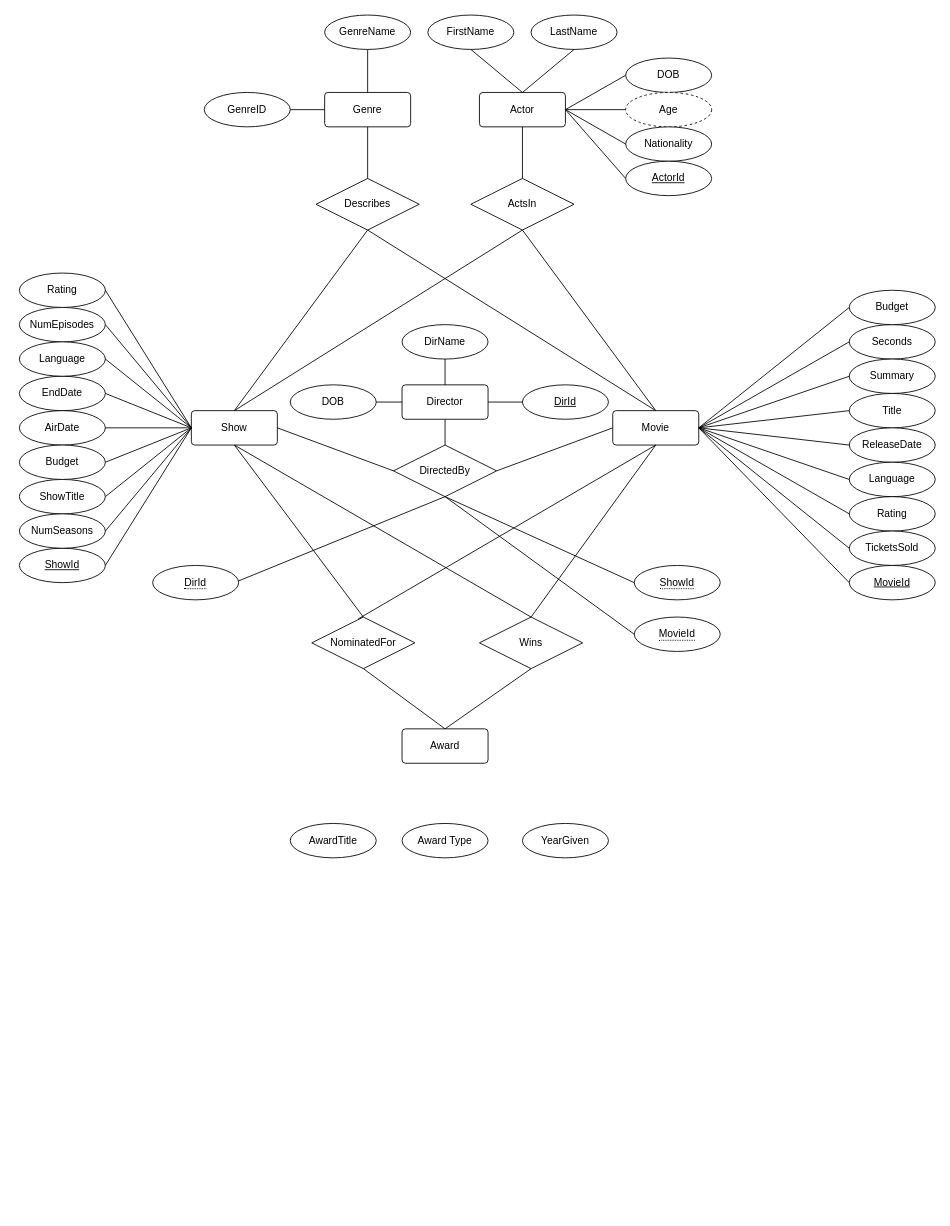
Above: initialProjDoc/erDiagram.drawio in jff97/movieWebDatabase (draw.io), before the change. Source tidied: cells renumbered, new cells numbered last; positions are measured from the earlier drawing's top-left corner, leaving out a move shared by most shapes. Both pictures are drawn from the tidied source at 86%, with x=0, y=0 at pixel (19, 15).
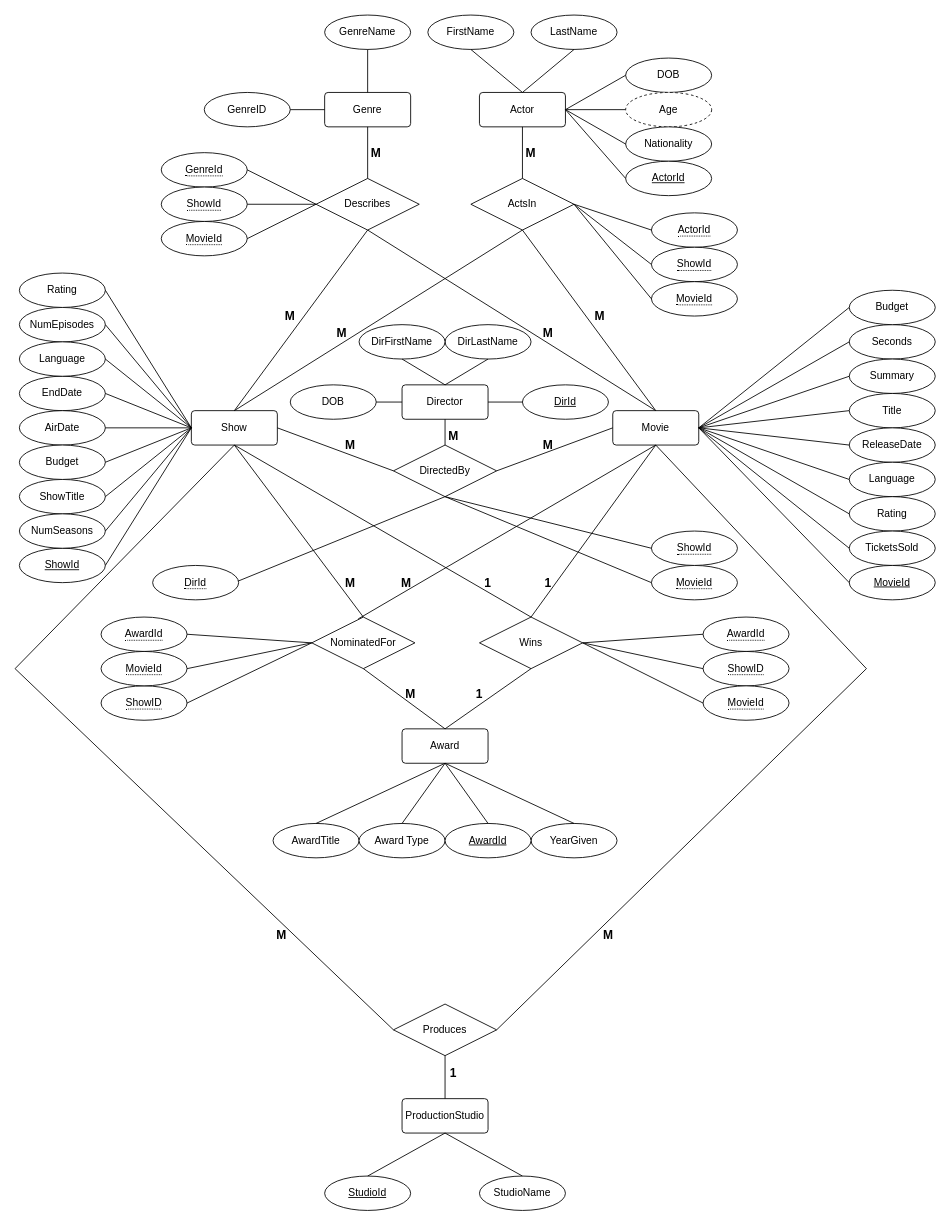
After the change.

Commit message:
diagram almost finished

The change refers to these unchanged cells:
```xml
<mxCell id="2" value="Movie" style="rounded=1;arcSize=10;whiteSpace=wrap;html=1;align=center;" parent="1" vertex="1">
  <mxGeometry x="690" y="460" width="100" height="40" as="geometry" />
</mxCell>
<mxCell id="3" value="Show" style="rounded=1;arcSize=10;whiteSpace=wrap;html=1;align=center;" parent="1" vertex="1">
  <mxGeometry x="200" y="460" width="100" height="40" as="geometry" />
</mxCell>
<mxCell id="4" value="Describes" style="shape=rhombus;perimeter=rhombusPerimeter;whiteSpace=wrap;html=1;align=center;" parent="1" vertex="1">
  <mxGeometry x="345" y="190" width="120" height="60" as="geometry" />
</mxCell>
<mxCell id="7" value="Wins" style="shape=rhombus;perimeter=rhombusPerimeter;whiteSpace=wrap;html=1;align=center;" parent="1" vertex="1">
  <mxGeometry x="535" y="700" width="120" height="60" as="geometry" />
</mxCell>
<mxCell id="8" value="Award" style="rounded=1;arcSize=10;whiteSpace=wrap;html=1;align=center;" parent="1" vertex="1">
  <mxGeometry x="445" y="830" width="100" height="40" as="geometry" />
</mxCell>
<mxCell id="9" value="NominatedFor" style="shape=rhombus;perimeter=rhombusPerimeter;whiteSpace=wrap;html=1;align=center;" parent="1" vertex="1">
  <mxGeometry x="340" y="700" width="120" height="60" as="geometry" />
</mxCell>
<mxCell id="10" value="ActsIn" style="shape=rhombus;perimeter=rhombusPerimeter;whiteSpace=wrap;html=1;align=center;" parent="1" vertex="1">
  <mxGeometry x="525" y="190" width="120" height="60" as="geometry" />
</mxCell>
<mxCell id="77" value="Director" style="rounded=1;arcSize=10;whiteSpace=wrap;html=1;align=center;" parent="1" vertex="1">
  <mxGeometry x="445" y="430" width="100" height="40" as="geometry" />
</mxCell>
```

Change to the diagram source:
```diff
@@
-    <mxCell id="80" value="DirName" style="ellipse;whiteSpace=wrap;html=1;align=center;" parent="1" vertex="1">
-      <mxGeometry x="445" y="360" width="100" height="40" as="geometry" />
+    <mxCell id="80" value="DirLastName" style="ellipse;whiteSpace=wrap;html=1;align=center;" parent="1" vertex="1">
+      <mxGeometry x="495" y="360" width="100" height="40" as="geometry" />
     </mxCell>
@@
     <mxCell id="89" value="&lt;span style=&quot;border-bottom: 1px dotted&quot;&gt;MovieId&lt;/span&gt;" style="ellipse;whiteSpace=wrap;html=1;align=center;" parent="1" vertex="1">
-      <mxGeometry x="715" y="700" width="100" height="40" as="geometry" />
+      <mxGeometry x="735" y="640" width="100" height="40" as="geometry" />
     </mxCell>
     <mxCell id="90" value="&lt;span style=&quot;border-bottom: 1px dotted&quot;&gt;ShowId&lt;/span&gt;" style="ellipse;whiteSpace=wrap;html=1;align=center;" parent="1" vertex="1">
-      <mxGeometry x="715" y="640" width="100" height="40" as="geometry" />
+      <mxGeometry x="735" y="600" width="100" height="40" as="geometry" />
     </mxCell>
@@
     <mxCell id="93" value="AwardTitle" style="ellipse;whiteSpace=wrap;html=1;align=center;" parent="1" vertex="1">
-      <mxGeometry x="315" y="940" width="100" height="40" as="geometry" />
+      <mxGeometry x="295" y="940" width="100" height="40" as="geometry" />
     </mxCell>
     <mxCell id="94" value="YearGiven" style="ellipse;whiteSpace=wrap;html=1;align=center;" parent="1" vertex="1">
-      <mxGeometry x="585" y="940" width="100" height="40" as="geometry" />
+      <mxGeometry x="595" y="940" width="100" height="40" as="geometry" />
     </mxCell>
     <mxCell id="95" value="Award Type" style="ellipse;whiteSpace=wrap;html=1;align=center;" parent="1" vertex="1">
-      <mxGeometry x="445" y="940" width="100" height="40" as="geometry" />
+      <mxGeometry x="395" y="940" width="100" height="40" as="geometry" />
     </mxCell>
+    <mxCell id="96" value="DirFirstName" style="ellipse;whiteSpace=wrap;html=1;align=center;" parent="1" vertex="1">
+      <mxGeometry x="395" y="360" width="100" height="40" as="geometry" />
+    </mxCell>
+    <mxCell id="97" style="endArrow=none;html=1;rounded=0;exitX=0.5;exitY=1;exitDx=0;exitDy=0;entryX=0.5;entryY=0;entryDx=0;entryDy=0;" parent="1" edge="1" source="96" target="77">
+      <mxGeometry relative="1" as="geometry" />
+    </mxCell>
+    <mxCell id="98" style="endArrow=none;html=1;rounded=0;exitX=0.5;exitY=1;exitDx=0;exitDy=0;entryX=0.5;entryY=0;entryDx=0;entryDy=0;" parent="1" edge="1" source="8" target="93">
+      <mxGeometry relative="1" as="geometry" />
+    </mxCell>
+    <mxCell id="99" style="endArrow=none;html=1;rounded=0;exitX=0.5;exitY=1;exitDx=0;exitDy=0;entryX=0.5;entryY=0;entryDx=0;entryDy=0;" parent="1" edge="1" source="8" target="95">
+      <mxGeometry relative="1" as="geometry" />
+    </mxCell>
+    <mxCell id="100" style="endArrow=none;html=1;rounded=0;entryX=0.5;entryY=0;entryDx=0;entryDy=0;exitX=0.5;exitY=1;exitDx=0;exitDy=0;" parent="1" edge="1" source="8" target="94">
+      <mxGeometry relative="1" as="geometry" />
+    </mxCell>
+    <mxCell id="101" value="AwardId" style="ellipse;whiteSpace=wrap;html=1;align=center;fontStyle=4;" parent="1" vertex="1">
+      <mxGeometry x="495" y="940" width="100" height="40" as="geometry" />
+    </mxCell>
+    <mxCell id="102" style="endArrow=none;html=1;rounded=0;exitX=0.5;exitY=1;exitDx=0;exitDy=0;entryX=0.5;entryY=0;entryDx=0;entryDy=0;" parent="1" edge="1" source="8" target="101">
+      <mxGeometry relative="1" as="geometry" />
+    </mxCell>
+    <mxCell id="103" value="&lt;span style=&quot;border-bottom: 1px dotted&quot;&gt;AwardId&lt;/span&gt;" style="ellipse;whiteSpace=wrap;html=1;align=center;" parent="1" vertex="1">
+      <mxGeometry x="95" y="700" width="100" height="40" as="geometry" />
+    </mxCell>
+    <mxCell id="104" style="endArrow=none;html=1;rounded=0;exitX=0;exitY=0.5;exitDx=0;exitDy=0;entryX=1;entryY=0.5;entryDx=0;entryDy=0;" parent="1" edge="1" source="9" target="103">
+      <mxGeometry relative="1" as="geometry" />
+    </mxCell>
+    <mxCell id="105" value="&lt;span style=&quot;border-bottom: 1px dotted&quot;&gt;ShowID&lt;/span&gt;" style="ellipse;whiteSpace=wrap;html=1;align=center;" parent="1" vertex="1">
+      <mxGeometry x="95" y="780" width="100" height="40" as="geometry" />
+    </mxCell>
+    <mxCell id="106" style="endArrow=none;html=1;rounded=0;exitX=0;exitY=0.5;exitDx=0;exitDy=0;entryX=1;entryY=0.5;entryDx=0;entryDy=0;" parent="1" edge="1" source="9" target="105">
+      <mxGeometry relative="1" as="geometry" />
+    </mxCell>
+    <mxCell id="107" value="&lt;span style=&quot;border-bottom: 1px dotted&quot;&gt;MovieId&lt;/span&gt;" style="ellipse;whiteSpace=wrap;html=1;align=center;" parent="1" vertex="1">
+      <mxGeometry x="95" y="740" width="100" height="40" as="geometry" />
+    </mxCell>
+    <mxCell id="108" style="endArrow=none;html=1;rounded=0;exitX=0;exitY=0.5;exitDx=0;exitDy=0;entryX=1;entryY=0.5;entryDx=0;entryDy=0;" parent="1" edge="1" source="9" target="107">
+      <mxGeometry relative="1" as="geometry" />
+    </mxCell>
+    <mxCell id="109" value="&lt;span style=&quot;border-bottom: 1px dotted&quot;&gt;AwardId&lt;/span&gt;" style="ellipse;whiteSpace=wrap;html=1;align=center;" parent="1" vertex="1">
+      <mxGeometry x="795" y="700" width="100" height="40" as="geometry" />
+    </mxCell>
+    <mxCell id="110" value="&lt;span style=&quot;border-bottom: 1px dotted&quot;&gt;ShowID&lt;/span&gt;" style="ellipse;whiteSpace=wrap;html=1;align=center;" parent="1" vertex="1">
+      <mxGeometry x="795" y="740" width="100" height="40" as="geometry" />
+    </mxCell>
+    <mxCell id="111" value="&lt;span style=&quot;border-bottom: 1px dotted&quot;&gt;MovieId&lt;/span&gt;" style="ellipse;whiteSpace=wrap;html=1;align=center;" parent="1" vertex="1">
+      <mxGeometry x="795" y="780" width="100" height="40" as="geometry" />
+    </mxCell>
+    <mxCell id="112" style="endArrow=none;html=1;rounded=0;entryX=0;entryY=0.5;entryDx=0;entryDy=0;exitX=1;exitY=0.5;exitDx=0;exitDy=0;" parent="1" edge="1" source="7" target="109">
+      <mxGeometry relative="1" as="geometry" />
+    </mxCell>
+    <mxCell id="113" style="endArrow=none;html=1;rounded=0;entryX=0;entryY=0.5;entryDx=0;entryDy=0;exitX=1;exitY=0.5;exitDx=0;exitDy=0;" parent="1" edge="1" source="7" target="110">
+      <mxGeometry relative="1" as="geometry" />
+    </mxCell>
+    <mxCell id="114" style="endArrow=none;html=1;rounded=0;entryX=0;entryY=0.5;entryDx=0;entryDy=0;exitX=1;exitY=0.5;exitDx=0;exitDy=0;" parent="1" edge="1" source="7" target="111">
+      <mxGeometry relative="1" as="geometry" />
+    </mxCell>
+    <mxCell id="115" value="&lt;span style=&quot;border-bottom: 1px dotted&quot;&gt;GenreId&lt;/span&gt;" style="ellipse;whiteSpace=wrap;html=1;align=center;" parent="1" vertex="1">
+      <mxGeometry x="165" y="160" width="100" height="40" as="geometry" />
+    </mxCell>
+    <mxCell id="116" value="&lt;span style=&quot;border-bottom: 1px dotted&quot;&gt;ShowId&lt;/span&gt;" style="ellipse;whiteSpace=wrap;html=1;align=center;" parent="1" vertex="1">
+      <mxGeometry x="165" y="200" width="100" height="40" as="geometry" />
+    </mxCell>
+    <mxCell id="117" value="&lt;span style=&quot;border-bottom: 1px dotted&quot;&gt;MovieId&lt;/span&gt;" style="ellipse;whiteSpace=wrap;html=1;align=center;" parent="1" vertex="1">
+      <mxGeometry x="165" y="240" width="100" height="40" as="geometry" />
+    </mxCell>
+    <mxCell id="118" style="endArrow=none;html=1;rounded=0;exitX=1;exitY=0.5;exitDx=0;exitDy=0;entryX=0;entryY=0.5;entryDx=0;entryDy=0;" parent="1" edge="1" source="115" target="4">
+      <mxGeometry relative="1" as="geometry" />
+    </mxCell>
+    <mxCell id="119" style="endArrow=none;html=1;rounded=0;entryX=0;entryY=0.5;entryDx=0;entryDy=0;exitX=1;exitY=0.5;exitDx=0;exitDy=0;" parent="1" edge="1" source="116" target="4">
+      <mxGeometry relative="1" as="geometry" />
+    </mxCell>
+    <mxCell id="120" style="endArrow=none;html=1;rounded=0;exitX=1;exitY=0.5;exitDx=0;exitDy=0;entryX=0;entryY=0.5;entryDx=0;entryDy=0;" parent="1" edge="1" source="117" target="4">
+      <mxGeometry relative="1" as="geometry" />
+    </mxCell>
+    <mxCell id="121" value="&lt;span style=&quot;border-bottom: 1px dotted&quot;&gt;ActorId&lt;/span&gt;" style="ellipse;whiteSpace=wrap;html=1;align=center;" parent="1" vertex="1">
+      <mxGeometry x="735" y="230" width="100" height="40" as="geometry" />
+    </mxCell>
+    <mxCell id="122" value="&lt;span style=&quot;border-bottom: 1px dotted&quot;&gt;ShowId&lt;/span&gt;" style="ellipse;whiteSpace=wrap;html=1;align=center;" parent="1" vertex="1">
+      <mxGeometry x="735" y="270" width="100" height="40" as="geometry" />
+    </mxCell>
+    <mxCell id="123" value="&lt;span style=&quot;border-bottom: 1px dotted&quot;&gt;MovieId&lt;/span&gt;" style="ellipse;whiteSpace=wrap;html=1;align=center;" parent="1" vertex="1">
+      <mxGeometry x="735" y="310" width="100" height="40" as="geometry" />
+    </mxCell>
+    <mxCell id="124" style="endArrow=none;html=1;rounded=0;entryX=0;entryY=0.5;entryDx=0;entryDy=0;exitX=1;exitY=0.5;exitDx=0;exitDy=0;" parent="1" edge="1" source="10" target="121">
+      <mxGeometry relative="1" as="geometry" />
+    </mxCell>
+    <mxCell id="125" style="endArrow=none;html=1;rounded=0;entryX=0;entryY=0.5;entryDx=0;entryDy=0;exitX=1;exitY=0.5;exitDx=0;exitDy=0;" parent="1" edge="1" source="10" target="122">
+      <mxGeometry relative="1" as="geometry" />
+    </mxCell>
+    <mxCell id="126" style="endArrow=none;html=1;rounded=0;entryX=0;entryY=0.5;entryDx=0;entryDy=0;exitX=1;exitY=0.5;exitDx=0;exitDy=0;" parent="1" edge="1" source="10" target="123">
+      <mxGeometry relative="1" as="geometry" />
+    </mxCell>
+    <mxCell id="127" value="&lt;b&gt;&lt;font style=&quot;font-size: 14px;&quot;&gt;M&lt;/font&gt;&lt;/b&gt;" style="text;html=1;strokeColor=none;fillColor=none;align=center;verticalAlign=middle;whiteSpace=wrap;rounded=0;" parent="1" vertex="1">
+      <mxGeometry x="675" y="1060" width="20" height="20" as="geometry" />
+    </mxCell>
+    <mxCell id="128" value="&lt;span style=&quot;font-size: 14px;&quot;&gt;&lt;b&gt;1&lt;br&gt;&lt;/b&gt;&lt;/span&gt;" style="text;html=1;strokeColor=none;fillColor=none;align=center;verticalAlign=middle;whiteSpace=wrap;rounded=0;" parent="1" vertex="1">
+      <mxGeometry x="495" y="1220" width="20" height="20" as="geometry" />
+    </mxCell>
+    <mxCell id="129" value="&lt;b&gt;&lt;font style=&quot;font-size: 14px;&quot;&gt;M&lt;/font&gt;&lt;/b&gt;" style="text;html=1;strokeColor=none;fillColor=none;align=center;verticalAlign=middle;whiteSpace=wrap;rounded=0;" parent="1" vertex="1">
+      <mxGeometry x="305" y="340" width="20" height="20" as="geometry" />
+    </mxCell>
+    <mxCell id="130" value="&lt;b&gt;&lt;font style=&quot;font-size: 14px;&quot;&gt;M&lt;/font&gt;&lt;/b&gt;" style="text;html=1;strokeColor=none;fillColor=none;align=center;verticalAlign=middle;whiteSpace=wrap;rounded=0;" parent="1" vertex="1">
+      <mxGeometry x="405" y="150" width="20" height="20" as="geometry" />
+    </mxCell>
+    <mxCell id="131" value="&lt;b&gt;&lt;font style=&quot;font-size: 14px;&quot;&gt;M&lt;/font&gt;&lt;/b&gt;" style="text;html=1;strokeColor=none;fillColor=none;align=center;verticalAlign=middle;whiteSpace=wrap;rounded=0;" parent="1" vertex="1">
+      <mxGeometry x="585" y="150" width="20" height="20" as="geometry" />
+    </mxCell>
+    <mxCell id="132" value="&lt;b&gt;&lt;font style=&quot;font-size: 14px;&quot;&gt;M&lt;/font&gt;&lt;/b&gt;" style="text;html=1;strokeColor=none;fillColor=none;align=center;verticalAlign=middle;whiteSpace=wrap;rounded=0;" parent="1" vertex="1">
+      <mxGeometry x="665" y="340" width="20" height="20" as="geometry" />
+    </mxCell>
+    <mxCell id="133" value="&lt;b&gt;&lt;font style=&quot;font-size: 14px;&quot;&gt;M&lt;/font&gt;&lt;/b&gt;" style="text;html=1;strokeColor=none;fillColor=none;align=center;verticalAlign=middle;whiteSpace=wrap;rounded=0;" parent="1" vertex="1">
+      <mxGeometry x="605" y="360" width="20" height="20" as="geometry" />
+    </mxCell>
+    <mxCell id="134" value="&lt;b&gt;&lt;font style=&quot;font-size: 14px;&quot;&gt;M&lt;/font&gt;&lt;/b&gt;" style="text;html=1;strokeColor=none;fillColor=none;align=center;verticalAlign=middle;whiteSpace=wrap;rounded=0;" parent="1" vertex="1">
+      <mxGeometry x="365" y="360" width="20" height="20" as="geometry" />
+    </mxCell>
+    <mxCell id="135" value="&lt;b&gt;&lt;font style=&quot;font-size: 14px;&quot;&gt;M&lt;/font&gt;&lt;/b&gt;" style="text;html=1;strokeColor=none;fillColor=none;align=center;verticalAlign=middle;whiteSpace=wrap;rounded=0;" parent="1" vertex="1">
+      <mxGeometry x="375" y="650" width="20" height="20" as="geometry" />
+    </mxCell>
+    <mxCell id="136" value="&lt;b&gt;&lt;font style=&quot;font-size: 14px;&quot;&gt;M&lt;/font&gt;&lt;/b&gt;" style="text;html=1;strokeColor=none;fillColor=none;align=center;verticalAlign=middle;whiteSpace=wrap;rounded=0;" parent="1" vertex="1">
+      <mxGeometry x="440" y="650" width="20" height="20" as="geometry" />
+    </mxCell>
+    <mxCell id="137" value="&lt;span style=&quot;font-size: 14px;&quot;&gt;&lt;b&gt;1&lt;br&gt;&lt;/b&gt;&lt;/span&gt;" style="text;html=1;strokeColor=none;fillColor=none;align=center;verticalAlign=middle;whiteSpace=wrap;rounded=0;" parent="1" vertex="1">
+      <mxGeometry x="605" y="650" width="20" height="20" as="geometry" />
+    </mxCell>
+    <mxCell id="138" value="&lt;span style=&quot;font-size: 14px;&quot;&gt;&lt;b&gt;1&lt;br&gt;&lt;/b&gt;&lt;/span&gt;" style="text;html=1;strokeColor=none;fillColor=none;align=center;verticalAlign=middle;whiteSpace=wrap;rounded=0;" parent="1" vertex="1">
+      <mxGeometry x="535" y="650" width="20" height="20" as="geometry" />
+    </mxCell>
+    <mxCell id="139" value="&lt;span style=&quot;font-size: 14px;&quot;&gt;&lt;b&gt;1&lt;br&gt;&lt;/b&gt;&lt;/span&gt;" style="text;html=1;strokeColor=none;fillColor=none;align=center;verticalAlign=middle;whiteSpace=wrap;rounded=0;" parent="1" vertex="1">
+      <mxGeometry x="525" y="780" width="20" height="20" as="geometry" />
+    </mxCell>
+    <mxCell id="140" value="&lt;b&gt;&lt;font style=&quot;font-size: 14px;&quot;&gt;M&lt;/font&gt;&lt;/b&gt;" style="text;html=1;strokeColor=none;fillColor=none;align=center;verticalAlign=middle;whiteSpace=wrap;rounded=0;" parent="1" vertex="1">
+      <mxGeometry x="445" y="780" width="20" height="20" as="geometry" />
+    </mxCell>
+    <mxCell id="141" value="&lt;b&gt;&lt;font style=&quot;font-size: 14px;&quot;&gt;M&lt;/font&gt;&lt;/b&gt;" style="text;html=1;strokeColor=none;fillColor=none;align=center;verticalAlign=middle;whiteSpace=wrap;rounded=0;" parent="1" vertex="1">
+      <mxGeometry x="495" y="480" width="20" height="20" as="geometry" />
+    </mxCell>
+    <mxCell id="142" value="&lt;b&gt;&lt;font style=&quot;font-size: 14px;&quot;&gt;M&lt;/font&gt;&lt;/b&gt;" style="text;html=1;strokeColor=none;fillColor=none;align=center;verticalAlign=middle;whiteSpace=wrap;rounded=0;" parent="1" vertex="1">
+      <mxGeometry x="605" y="490" width="20" height="20" as="geometry" />
+    </mxCell>
+    <mxCell id="143" value="&lt;b&gt;&lt;font style=&quot;font-size: 14px;&quot;&gt;M&lt;/font&gt;&lt;/b&gt;" style="text;html=1;strokeColor=none;fillColor=none;align=center;verticalAlign=middle;whiteSpace=wrap;rounded=0;" parent="1" vertex="1">
+      <mxGeometry x="375" y="490" width="20" height="20" as="geometry" />
+    </mxCell>
+    <mxCell id="144" value="ProductionStudio" style="rounded=1;arcSize=10;whiteSpace=wrap;html=1;align=center;" parent="1" vertex="1">
+      <mxGeometry x="445" y="1260" width="100" height="40" as="geometry" />
+    </mxCell>
+    <mxCell id="145" value="Produces" style="shape=rhombus;perimeter=rhombusPerimeter;whiteSpace=wrap;html=1;align=center;" parent="1" vertex="1">
+      <mxGeometry x="435" y="1150" width="120" height="60" as="geometry" />
+    </mxCell>
+    <mxCell id="146" style="endArrow=none;html=1;rounded=0;exitX=1;exitY=0.5;exitDx=0;exitDy=0;entryX=0.5;entryY=1;entryDx=0;entryDy=0;" parent="1" edge="1" source="145" target="2">
+      <mxGeometry relative="1" as="geometry">
+        <Array as="points">
+          <mxPoint x="985" y="760" />
+        </Array>
+      </mxGeometry>
+    </mxCell>
+    <mxCell id="147" style="endArrow=none;html=1;rounded=0;exitX=0;exitY=0.5;exitDx=0;exitDy=0;entryX=0.5;entryY=1;entryDx=0;entryDy=0;" parent="1" edge="1" source="145" target="3">
+      <mxGeometry relative="1" as="geometry">
+        <Array as="points">
+          <mxPoint x="-5" y="760" />
+        </Array>
+      </mxGeometry>
+    </mxCell>
+    <mxCell id="148" style="endArrow=none;html=1;rounded=0;entryX=0.5;entryY=1;entryDx=0;entryDy=0;exitX=0.5;exitY=0;exitDx=0;exitDy=0;" parent="1" edge="1" source="144" target="145">
+      <mxGeometry relative="1" as="geometry" />
+    </mxCell>
+    <mxCell id="149" value="StudioId" style="ellipse;whiteSpace=wrap;html=1;align=center;fontStyle=4;" parent="1" vertex="1">
+      <mxGeometry x="355" y="1350" width="100" height="40" as="geometry" />
+    </mxCell>
+    <mxCell id="150" value="StudioName" style="ellipse;whiteSpace=wrap;html=1;align=center;" parent="1" vertex="1">
+      <mxGeometry x="535" y="1350" width="100" height="40" as="geometry" />
+    </mxCell>
+    <mxCell id="151" style="endArrow=none;html=1;rounded=0;entryX=0.5;entryY=0;entryDx=0;entryDy=0;exitX=0.5;exitY=1;exitDx=0;exitDy=0;" parent="1" edge="1" source="144" target="150">
+      <mxGeometry relative="1" as="geometry" />
+    </mxCell>
+    <mxCell id="152" style="endArrow=none;html=1;rounded=0;exitX=0.5;exitY=1;exitDx=0;exitDy=0;entryX=0.5;entryY=0;entryDx=0;entryDy=0;" parent="1" edge="1" source="144" target="149">
+      <mxGeometry relative="1" as="geometry" />
+    </mxCell>
+    <mxCell id="153" value="&lt;b&gt;&lt;font style=&quot;font-size: 14px;&quot;&gt;M&lt;/font&gt;&lt;/b&gt;" style="text;html=1;strokeColor=none;fillColor=none;align=center;verticalAlign=middle;whiteSpace=wrap;rounded=0;" parent="1" vertex="1">
+      <mxGeometry x="295" y="1060" width="20" height="20" as="geometry" />
+    </mxCell>
```
